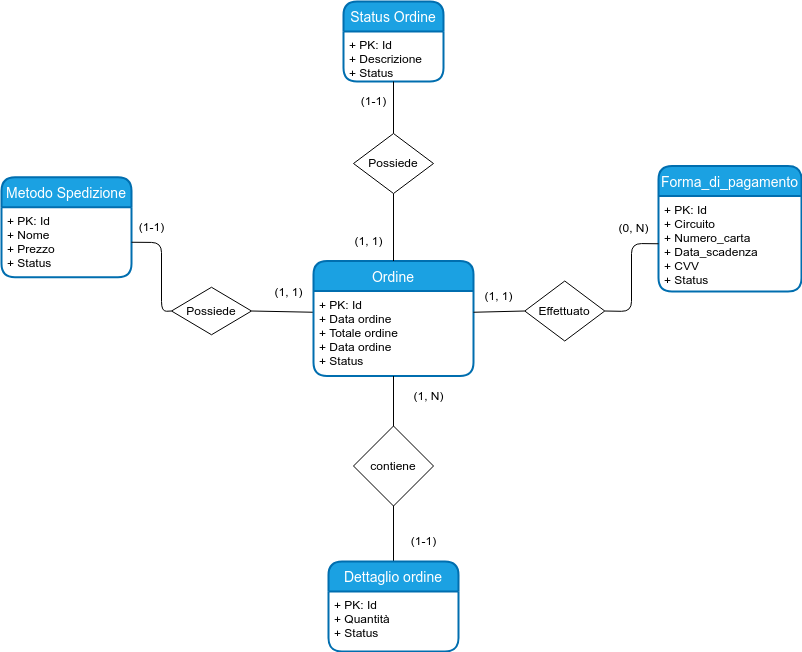
Earlier version of the draw.io export doc/ordine/ordine_completo.png (EndriDomiUni/E-commerce). Source tidied: cells renumbered, new cells last; positions are measured from the earlier drawing's top-left corner, leaving out a move shared by most shapes. The source it was exported from:
```xml
<mxGraphModel>
  <root>
    <mxCell id="0" />
    <mxCell id="1" parent="0" />
    <mxCell id="2" value="Forma_di_pagamento" style="swimlane;horizontal=1;startSize=30;rounded=1;fontSize=14;fontStyle=0;strokeWidth=2;shadow=0;dashed=0;align=center;fillColor=#1ba1e2;fontColor=#ffffff;strokeColor=#006EAF;" parent="1" vertex="1">
      <mxGeometry x="657" y="164.5" width="143" height="125.5" as="geometry" />
    </mxCell>
    <mxCell id="3" style="edgeStyle=none;html=1;" parent="2" edge="1" source="4" target="2">
      <mxGeometry relative="1" as="geometry" />
    </mxCell>
    <mxCell id="4" value="+ PK: Id&#10;+ Circuito&#10;+ Numero_carta&#10;+ Data_scadenza&#10;+ CVV&#10;+ Status&#10;&#10;&#10;" style="align=left;strokeColor=none;fillColor=none;spacingLeft=4;fontSize=12;verticalAlign=top;" parent="2" vertex="1">
      <mxGeometry y="30" width="143" height="95.5" as="geometry" />
    </mxCell>
    <mxCell id="5" style="edgeStyle=none;html=1;exitX=0.5;exitY=1;exitDx=0;exitDy=0;entryX=0.5;entryY=0;entryDx=0;entryDy=0;endArrow=none;endFill=0;" parent="1" edge="1" source="6" target="31">
      <mxGeometry relative="1" as="geometry" />
    </mxCell>
    <mxCell id="6" value="contiene" style="rhombus;whiteSpace=wrap;html=1;" parent="1" vertex="1">
      <mxGeometry x="352" y="424.5" width="80" height="80" as="geometry" />
    </mxCell>
    <mxCell id="7" value="(1-1)" style="text;html=1;align=center;verticalAlign=middle;strokeColor=none;fillColor=none;" parent="1" vertex="1">
      <mxGeometry x="402" y="530" width="40" height="20" as="geometry" />
    </mxCell>
    <mxCell id="8" value="(0, N)" style="text;html=1;align=center;verticalAlign=middle;strokeColor=none;fillColor=none;" parent="1" vertex="1">
      <mxGeometry x="607" y="217.2" width="50" height="20" as="geometry" />
    </mxCell>
    <mxCell id="9" value="Metodo Spedizione" style="swimlane;horizontal=1;startSize=30;rounded=1;fontSize=14;fontStyle=0;strokeWidth=2;shadow=0;dashed=0;align=center;fillColor=#1ba1e2;fontColor=#ffffff;strokeColor=#006EAF;" parent="1" vertex="1">
      <mxGeometry y="175.8" width="130" height="100" as="geometry" />
    </mxCell>
    <mxCell id="10" value="+ PK: Id &#10;+ Nome&#10;+ Prezzo&#10;+ Status" style="align=left;strokeColor=none;fillColor=none;spacingLeft=4;fontSize=12;verticalAlign=top;" parent="9" vertex="1">
      <mxGeometry y="30" width="130" height="70" as="geometry" />
    </mxCell>
    <mxCell id="11" style="edgeStyle=none;html=1;exitX=0;exitY=0.5;exitDx=0;exitDy=0;startArrow=none;startFill=0;endArrow=none;endFill=0;entryX=1;entryY=0.5;entryDx=0;entryDy=0;" parent="1" edge="1" source="13" target="10">
      <mxGeometry relative="1" as="geometry">
        <Array as="points">
          <mxPoint x="160" y="310" />
          <mxPoint x="160" y="241" />
        </Array>
      </mxGeometry>
    </mxCell>
    <mxCell id="12" style="edgeStyle=none;html=1;startArrow=none;startFill=0;endArrow=none;endFill=0;entryX=0;entryY=0.25;entryDx=0;entryDy=0;exitX=1;exitY=0.5;exitDx=0;exitDy=0;" parent="1" edge="1" source="13" target="15">
      <mxGeometry relative="1" as="geometry" />
    </mxCell>
    <mxCell id="13" value="Possiede" style="shape=rhombus;perimeter=rhombusPerimeter;whiteSpace=wrap;html=1;align=center;" parent="1" vertex="1">
      <mxGeometry x="170" y="285.8" width="80" height="47.5" as="geometry" />
    </mxCell>
    <mxCell id="14" value="Ordine" style="swimlane;horizontal=1;startSize=30;rounded=1;fontSize=14;fontStyle=0;strokeWidth=2;shadow=0;dashed=0;align=center;fillColor=#1ba1e2;fontColor=#ffffff;strokeColor=#006EAF;" parent="1" vertex="1">
      <mxGeometry x="312" y="259.5" width="160" height="115" as="geometry" />
    </mxCell>
    <mxCell id="15" value="+ PK: Id&#10;+ Data ordine&#10;+ Totale ordine&#10;+ Data ordine&#10;+ Status" style="align=left;strokeColor=none;fillColor=none;spacingLeft=4;fontSize=12;verticalAlign=top;" parent="14" vertex="1">
      <mxGeometry y="30" width="160" height="85" as="geometry" />
    </mxCell>
    <mxCell id="16" value="Status Ordine" style="swimlane;horizontal=1;startSize=30;rounded=1;fontSize=14;fontStyle=0;strokeWidth=2;shadow=0;dashed=0;align=center;fillColor=#1ba1e2;fontColor=#ffffff;strokeColor=#006EAF;" parent="1" vertex="1">
      <mxGeometry x="342" width="100" height="80" as="geometry" />
    </mxCell>
    <mxCell id="17" value="+ PK: Id&#10;+ Descrizione&#10;+ Status&#10;" style="align=left;strokeColor=none;fillColor=none;spacingLeft=4;fontSize=12;verticalAlign=top;" parent="16" vertex="1">
      <mxGeometry y="30" width="100" height="50" as="geometry" />
    </mxCell>
    <mxCell id="18" style="edgeStyle=none;html=1;entryX=0.5;entryY=1;entryDx=0;entryDy=0;endArrow=none;endFill=0;exitX=0.5;exitY=0;exitDx=0;exitDy=0;" parent="1" edge="1" source="6" target="15">
      <mxGeometry relative="1" as="geometry" />
    </mxCell>
    <mxCell id="19" value="(1-1)" style="text;html=1;align=center;verticalAlign=middle;strokeColor=none;fillColor=none;" parent="1" vertex="1">
      <mxGeometry x="352" y="90" width="40" height="20" as="geometry" />
    </mxCell>
    <mxCell id="20" value="(1-1)" style="text;html=1;align=center;verticalAlign=middle;strokeColor=none;fillColor=none;" parent="1" vertex="1">
      <mxGeometry x="130" y="215.8" width="40" height="20" as="geometry" />
    </mxCell>
    <mxCell id="21" value="(1, 1)" style="text;html=1;align=center;verticalAlign=middle;strokeColor=none;fillColor=none;" parent="1" vertex="1">
      <mxGeometry x="342" y="225" width="50" height="30" as="geometry" />
    </mxCell>
    <mxCell id="22" value="(1, 1)" style="text;html=1;align=center;verticalAlign=middle;strokeColor=none;fillColor=none;" parent="1" vertex="1">
      <mxGeometry x="262" y="275.8" width="50" height="30" as="geometry" />
    </mxCell>
    <mxCell id="23" value="(1, N)" style="text;html=1;align=center;verticalAlign=middle;strokeColor=none;fillColor=none;" parent="1" vertex="1">
      <mxGeometry x="402" y="379.5" width="50" height="30" as="geometry" />
    </mxCell>
    <mxCell id="24" style="edgeStyle=none;html=1;exitX=0.5;exitY=0;exitDx=0;exitDy=0;endArrow=none;endFill=0;entryX=0.5;entryY=1;entryDx=0;entryDy=0;" parent="1" edge="1" source="14" target="26">
      <mxGeometry relative="1" as="geometry" />
    </mxCell>
    <mxCell id="25" style="edgeStyle=none;html=1;exitX=0.5;exitY=0;exitDx=0;exitDy=0;entryX=0.5;entryY=1;entryDx=0;entryDy=0;endArrow=none;endFill=0;" parent="1" edge="1" source="26" target="17">
      <mxGeometry relative="1" as="geometry" />
    </mxCell>
    <mxCell id="26" value="Possiede" style="rhombus;whiteSpace=wrap;html=1;" parent="1" vertex="1">
      <mxGeometry x="352" y="132" width="80" height="60" as="geometry" />
    </mxCell>
    <mxCell id="27" style="edgeStyle=none;html=1;exitX=0;exitY=0.5;exitDx=0;exitDy=0;endArrow=none;endFill=0;entryX=1;entryY=0.5;entryDx=0;entryDy=0;" parent="1" edge="1" source="4" target="29">
      <mxGeometry relative="1" as="geometry">
        <Array as="points">
          <mxPoint x="630" y="242" />
          <mxPoint x="630" y="310" />
        </Array>
      </mxGeometry>
    </mxCell>
    <mxCell id="28" style="edgeStyle=none;html=1;exitX=0;exitY=0.5;exitDx=0;exitDy=0;entryX=1;entryY=0.25;entryDx=0;entryDy=0;endArrow=none;endFill=0;" parent="1" edge="1" source="29" target="15">
      <mxGeometry relative="1" as="geometry" />
    </mxCell>
    <mxCell id="29" value="Effettuato" style="rhombus;whiteSpace=wrap;html=1;" parent="1" vertex="1">
      <mxGeometry x="523.2" y="279.5" width="80" height="60" as="geometry" />
    </mxCell>
    <mxCell id="30" value="(1, 1)" style="text;html=1;align=center;verticalAlign=middle;strokeColor=none;fillColor=none;" parent="1" vertex="1">
      <mxGeometry x="472" y="279.5" width="50" height="30" as="geometry" />
    </mxCell>
    <mxCell id="31" value="Dettaglio ordine" style="swimlane;horizontal=1;startSize=30;rounded=1;fontSize=14;fontStyle=0;strokeWidth=2;shadow=0;dashed=0;align=center;fillColor=#1ba1e2;fontColor=#ffffff;strokeColor=#006EAF;" parent="1" vertex="1">
      <mxGeometry x="327" y="560" width="130" height="90" as="geometry" />
    </mxCell>
    <mxCell id="32" value="+ PK: Id&#10;+ Quantità&#10;+ Status&#10;&#10;" style="align=left;strokeColor=none;fillColor=none;spacingLeft=4;fontSize=12;verticalAlign=top;" parent="31" vertex="1">
      <mxGeometry y="30" width="130" height="60" as="geometry" />
    </mxCell>
  </root>
</mxGraphModel>
```
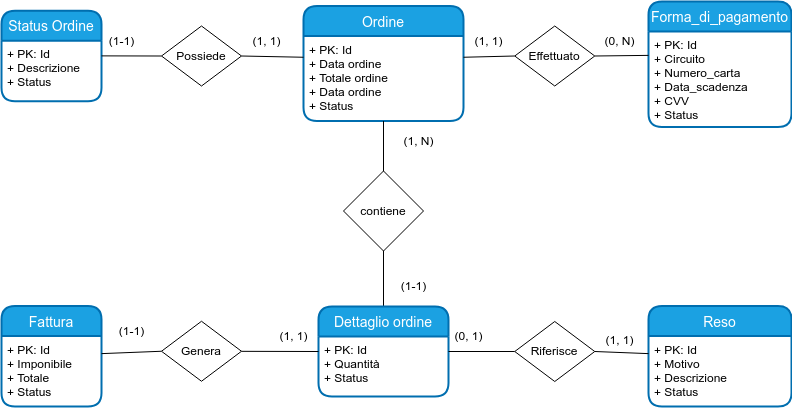
The same diagram one commit later.

Diff of the diagram source:
```diff
@@ -3,7 +3,7 @@
     <mxCell id="0" />
     <mxCell id="1" parent="0" />
     <mxCell id="2" value="Forma_di_pagamento" style="swimlane;horizontal=1;startSize=30;rounded=1;fontSize=14;fontStyle=0;strokeWidth=2;shadow=0;dashed=0;align=center;fillColor=#1ba1e2;fontColor=#ffffff;strokeColor=#006EAF;" parent="1" vertex="1">
-      <mxGeometry x="657" y="164.5" width="143" height="125.5" as="geometry" />
+      <mxGeometry x="657" y="255" width="143" height="125.5" as="geometry" />
     </mxCell>
     <mxCell id="3" style="edgeStyle=none;html=1;" parent="2" edge="1" source="4" target="2">
       <mxGeometry relative="1" as="geometry" />
@@ -21,28 +21,8 @@
       <mxGeometry x="402" y="530" width="40" height="20" as="geometry" />
     </mxCell>
     <mxCell id="8" value="(0, N)" style="text;html=1;align=center;verticalAlign=middle;strokeColor=none;fillColor=none;" parent="1" vertex="1">
-      <mxGeometry x="607" y="217.2" width="50" height="20" as="geometry" />
+      <mxGeometry x="603.2" y="284.5" width="50" height="20" as="geometry" />
     </mxCell>
-    <mxCell id="9" value="Metodo Spedizione" style="swimlane;horizontal=1;startSize=30;rounded=1;fontSize=14;fontStyle=0;strokeWidth=2;shadow=0;dashed=0;align=center;fillColor=#1ba1e2;fontColor=#ffffff;strokeColor=#006EAF;" parent="1" vertex="1">
-      <mxGeometry y="175.8" width="130" height="100" as="geometry" />
-    </mxCell>
-    <mxCell id="10" value="+ PK: Id &#10;+ Nome&#10;+ Prezzo&#10;+ Status" style="align=left;strokeColor=none;fillColor=none;spacingLeft=4;fontSize=12;verticalAlign=top;" parent="9" vertex="1">
-      <mxGeometry y="30" width="130" height="70" as="geometry" />
-    </mxCell>
-    <mxCell id="11" style="edgeStyle=none;html=1;exitX=0;exitY=0.5;exitDx=0;exitDy=0;startArrow=none;startFill=0;endArrow=none;endFill=0;entryX=1;entryY=0.5;entryDx=0;entryDy=0;" parent="1" edge="1" source="13" target="10">
-      <mxGeometry relative="1" as="geometry">
-        <Array as="points">
-          <mxPoint x="160" y="310" />
-          <mxPoint x="160" y="241" />
-        </Array>
-      </mxGeometry>
-    </mxCell>
-    <mxCell id="12" style="edgeStyle=none;html=1;startArrow=none;startFill=0;endArrow=none;endFill=0;entryX=0;entryY=0.25;entryDx=0;entryDy=0;exitX=1;exitY=0.5;exitDx=0;exitDy=0;" parent="1" edge="1" source="13" target="15">
-      <mxGeometry relative="1" as="geometry" />
-    </mxCell>
-    <mxCell id="13" value="Possiede" style="shape=rhombus;perimeter=rhombusPerimeter;whiteSpace=wrap;html=1;align=center;" parent="1" vertex="1">
-      <mxGeometry x="170" y="285.8" width="80" height="47.5" as="geometry" />
-    </mxCell>
     <mxCell id="14" value="Ordine" style="swimlane;horizontal=1;startSize=30;rounded=1;fontSize=14;fontStyle=0;strokeWidth=2;shadow=0;dashed=0;align=center;fillColor=#1ba1e2;fontColor=#ffffff;strokeColor=#006EAF;" parent="1" vertex="1">
       <mxGeometry x="312" y="259.5" width="160" height="115" as="geometry" />
     </mxCell>
@@ -50,45 +30,34 @@
       <mxGeometry y="30" width="160" height="85" as="geometry" />
     </mxCell>
     <mxCell id="16" value="Status Ordine" style="swimlane;horizontal=1;startSize=30;rounded=1;fontSize=14;fontStyle=0;strokeWidth=2;shadow=0;dashed=0;align=center;fillColor=#1ba1e2;fontColor=#ffffff;strokeColor=#006EAF;" parent="1" vertex="1">
-      <mxGeometry x="342" width="100" height="80" as="geometry" />
+      <mxGeometry x="10" y="264.2" width="100" height="90.5" as="geometry" />
     </mxCell>
     <mxCell id="17" value="+ PK: Id&#10;+ Descrizione&#10;+ Status&#10;" style="align=left;strokeColor=none;fillColor=none;spacingLeft=4;fontSize=12;verticalAlign=top;" parent="16" vertex="1">
-      <mxGeometry y="30" width="100" height="50" as="geometry" />
+      <mxGeometry y="30" width="100" height="60.5" as="geometry" />
     </mxCell>
     <mxCell id="18" style="edgeStyle=none;html=1;entryX=0.5;entryY=1;entryDx=0;entryDy=0;endArrow=none;endFill=0;exitX=0.5;exitY=0;exitDx=0;exitDy=0;" parent="1" edge="1" source="6" target="15">
       <mxGeometry relative="1" as="geometry" />
     </mxCell>
     <mxCell id="19" value="(1-1)" style="text;html=1;align=center;verticalAlign=middle;strokeColor=none;fillColor=none;" parent="1" vertex="1">
-      <mxGeometry x="352" y="90" width="40" height="20" as="geometry" />
+      <mxGeometry x="110" y="284.5" width="40" height="20" as="geometry" />
     </mxCell>
-    <mxCell id="20" value="(1-1)" style="text;html=1;align=center;verticalAlign=middle;strokeColor=none;fillColor=none;" parent="1" vertex="1">
-      <mxGeometry x="130" y="215.8" width="40" height="20" as="geometry" />
-    </mxCell>
     <mxCell id="21" value="(1, 1)" style="text;html=1;align=center;verticalAlign=middle;strokeColor=none;fillColor=none;" parent="1" vertex="1">
-      <mxGeometry x="342" y="225" width="50" height="30" as="geometry" />
+      <mxGeometry x="250" y="279.5" width="50" height="30" as="geometry" />
     </mxCell>
-    <mxCell id="22" value="(1, 1)" style="text;html=1;align=center;verticalAlign=middle;strokeColor=none;fillColor=none;" parent="1" vertex="1">
-      <mxGeometry x="262" y="275.8" width="50" height="30" as="geometry" />
-    </mxCell>
     <mxCell id="23" value="(1, N)" style="text;html=1;align=center;verticalAlign=middle;strokeColor=none;fillColor=none;" parent="1" vertex="1">
       <mxGeometry x="402" y="379.5" width="50" height="30" as="geometry" />
     </mxCell>
-    <mxCell id="24" style="edgeStyle=none;html=1;exitX=0.5;exitY=0;exitDx=0;exitDy=0;endArrow=none;endFill=0;entryX=0.5;entryY=1;entryDx=0;entryDy=0;" parent="1" edge="1" source="14" target="26">
+    <mxCell id="24" style="edgeStyle=none;html=1;exitX=0;exitY=0.25;exitDx=0;exitDy=0;endArrow=none;endFill=0;entryX=1;entryY=0.5;entryDx=0;entryDy=0;" parent="1" edge="1" source="15" target="26">
       <mxGeometry relative="1" as="geometry" />
     </mxCell>
-    <mxCell id="25" style="edgeStyle=none;html=1;exitX=0.5;exitY=0;exitDx=0;exitDy=0;entryX=0.5;entryY=1;entryDx=0;entryDy=0;endArrow=none;endFill=0;" parent="1" edge="1" source="26" target="17">
+    <mxCell id="25" style="edgeStyle=none;html=1;exitX=0;exitY=0.5;exitDx=0;exitDy=0;entryX=1;entryY=0.25;entryDx=0;entryDy=0;endArrow=none;endFill=0;" parent="1" edge="1" source="26" target="17">
       <mxGeometry relative="1" as="geometry" />
     </mxCell>
     <mxCell id="26" value="Possiede" style="rhombus;whiteSpace=wrap;html=1;" parent="1" vertex="1">
-      <mxGeometry x="352" y="132" width="80" height="60" as="geometry" />
+      <mxGeometry x="170" y="279.5" width="80" height="60" as="geometry" />
     </mxCell>
-    <mxCell id="27" style="edgeStyle=none;html=1;exitX=0;exitY=0.5;exitDx=0;exitDy=0;endArrow=none;endFill=0;entryX=1;entryY=0.5;entryDx=0;entryDy=0;" parent="1" edge="1" source="4" target="29">
-      <mxGeometry relative="1" as="geometry">
-        <Array as="points">
-          <mxPoint x="630" y="242" />
-          <mxPoint x="630" y="310" />
-        </Array>
-      </mxGeometry>
+    <mxCell id="27" style="edgeStyle=none;html=1;endArrow=none;endFill=0;entryX=1;entryY=0.5;entryDx=0;entryDy=0;exitX=0;exitY=0.25;exitDx=0;exitDy=0;" parent="1" edge="1" source="4" target="29">
+      <mxGeometry relative="1" as="geometry" />
     </mxCell>
     <mxCell id="28" style="edgeStyle=none;html=1;exitX=0;exitY=0.5;exitDx=0;exitDy=0;entryX=1;entryY=0.25;entryDx=0;entryDy=0;endArrow=none;endFill=0;" parent="1" edge="1" source="29" target="15">
       <mxGeometry relative="1" as="geometry" />
@@ -105,5 +74,50 @@
     <mxCell id="32" value="+ PK: Id&#10;+ Quantità&#10;+ Status&#10;&#10;" style="align=left;strokeColor=none;fillColor=none;spacingLeft=4;fontSize=12;verticalAlign=top;" parent="31" vertex="1">
       <mxGeometry y="30" width="130" height="60" as="geometry" />
     </mxCell>
+    <mxCell id="33" value="Fattura" style="swimlane;horizontal=1;startSize=30;rounded=1;fontSize=14;fontStyle=0;strokeWidth=2;shadow=0;dashed=0;align=center;fillColor=#1ba1e2;fontColor=#ffffff;strokeColor=#006EAF;" parent="1" vertex="1">
+      <mxGeometry x="10" y="559.5" width="100" height="100.5" as="geometry" />
+    </mxCell>
+    <mxCell id="34" value="+ PK: Id&#10;+ Imponibile&#10;+ Totale&#10;+ Status" style="align=left;strokeColor=none;fillColor=none;spacingLeft=4;fontSize=12;verticalAlign=top;" parent="33" vertex="1">
+      <mxGeometry y="30" width="100" height="70.5" as="geometry" />
+    </mxCell>
+    <mxCell id="20" value="(1-1)" style="text;html=1;align=center;verticalAlign=middle;strokeColor=none;fillColor=none;" parent="1" vertex="1">
+      <mxGeometry x="120" y="574.8" width="40" height="20" as="geometry" />
+    </mxCell>
+    <mxCell id="35" style="edgeStyle=none;html=1;exitX=0;exitY=0.5;exitDx=0;exitDy=0;entryX=1;entryY=0.25;entryDx=0;entryDy=0;endArrow=none;endFill=0;" parent="1" edge="1" source="37" target="34">
+      <mxGeometry relative="1" as="geometry" />
+    </mxCell>
+    <mxCell id="36" style="edgeStyle=none;html=1;entryX=0;entryY=0.5;entryDx=0;entryDy=0;endArrow=none;endFill=0;" parent="1" edge="1" source="37" target="31">
+      <mxGeometry relative="1" as="geometry" />
+    </mxCell>
+    <mxCell id="37" value="Genera" style="rhombus;whiteSpace=wrap;html=1;" parent="1" vertex="1">
+      <mxGeometry x="170" y="574.8" width="80" height="60" as="geometry" />
+    </mxCell>
+    <mxCell id="38" value="(1, 1)" style="text;html=1;align=center;verticalAlign=middle;strokeColor=none;fillColor=none;" parent="1" vertex="1">
+      <mxGeometry x="277" y="575" width="50" height="30" as="geometry" />
+    </mxCell>
+    <mxCell id="39" value="Reso" style="swimlane;horizontal=1;startSize=30;rounded=1;fontSize=14;fontStyle=0;strokeWidth=2;shadow=0;dashed=0;align=center;fillColor=#1ba1e2;fontColor=#ffffff;strokeColor=#006EAF;" parent="1" vertex="1">
+      <mxGeometry x="657" y="559.5" width="143" height="100.5" as="geometry" />
+    </mxCell>
+    <mxCell id="40" style="edgeStyle=none;html=1;" parent="39" edge="1" source="41" target="39">
+      <mxGeometry relative="1" as="geometry" />
+    </mxCell>
+    <mxCell id="41" value="+ PK: Id&#10;+ Motivo&#10;+ Descrizione&#10;+ Status&#10;&#10;&#10;" style="align=left;strokeColor=none;fillColor=none;spacingLeft=4;fontSize=12;verticalAlign=top;" parent="39" vertex="1">
+      <mxGeometry y="30" width="143" height="70.5" as="geometry" />
+    </mxCell>
+    <mxCell id="42" value="(1, 1)" style="text;html=1;align=center;verticalAlign=middle;strokeColor=none;fillColor=none;" parent="1" vertex="1">
+      <mxGeometry x="603.2" y="579" width="50" height="30" as="geometry" />
+    </mxCell>
+    <mxCell id="43" style="edgeStyle=none;html=1;endArrow=none;endFill=0;entryX=1;entryY=0.5;entryDx=0;entryDy=0;exitX=0;exitY=0.25;exitDx=0;exitDy=0;" parent="1" edge="1" source="41" target="45">
+      <mxGeometry relative="1" as="geometry" />
+    </mxCell>
+    <mxCell id="44" style="edgeStyle=none;html=1;entryX=1;entryY=0.25;entryDx=0;entryDy=0;endArrow=none;endFill=0;" parent="1" edge="1" source="45" target="32">
+      <mxGeometry relative="1" as="geometry" />
+    </mxCell>
+    <mxCell id="45" value="Riferisce" style="rhombus;whiteSpace=wrap;html=1;" parent="1" vertex="1">
+      <mxGeometry x="523.2" y="575" width="80" height="60" as="geometry" />
+    </mxCell>
+    <mxCell id="46" value="(0, 1)" style="text;html=1;align=center;verticalAlign=middle;strokeColor=none;fillColor=none;" parent="1" vertex="1">
+      <mxGeometry x="452" y="575" width="50" height="30" as="geometry" />
+    </mxCell>
   </root>
 </mxGraphModel>
```
